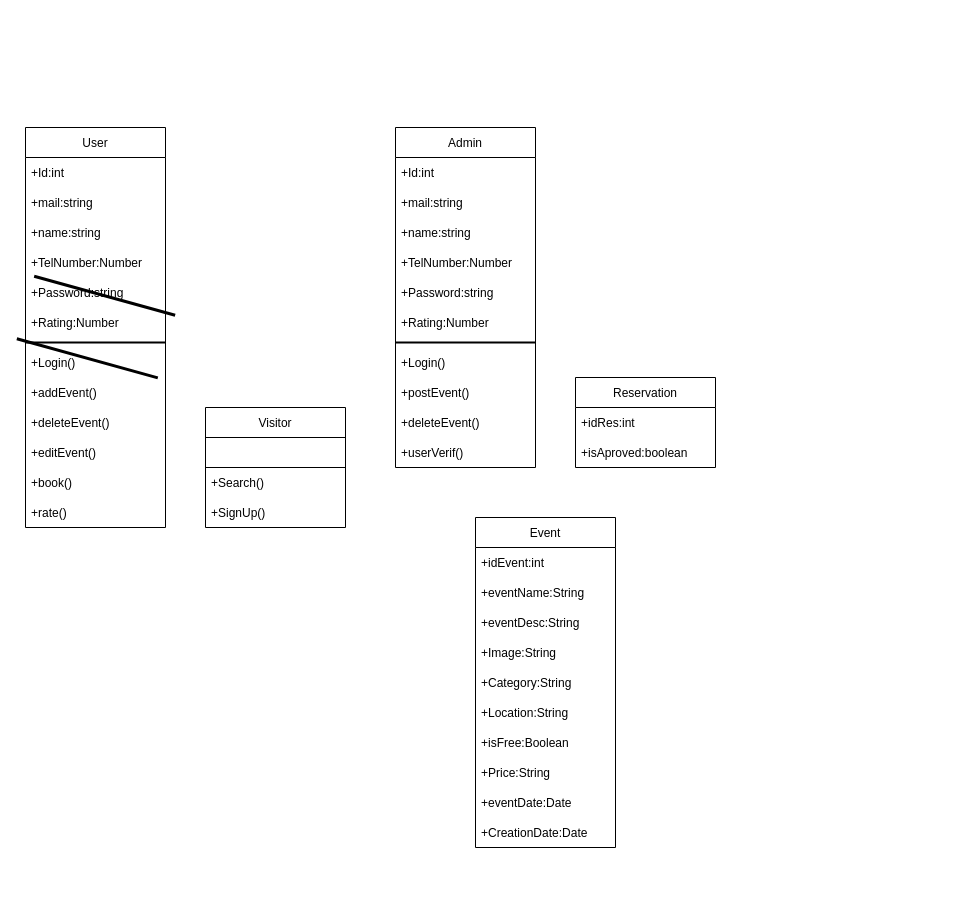
This is Untitled Diagram.drawio from Ghorbell/Components, a draw.io file, before an edit. Source tidied: cells renumbered, new cells numbered last; positions are measured from the earlier drawing's top-left corner, leaving out a move shared by most shapes. Both pictures are drawn from the tidied source at 100%, with x=0, y=0 at pixel (25, 127).
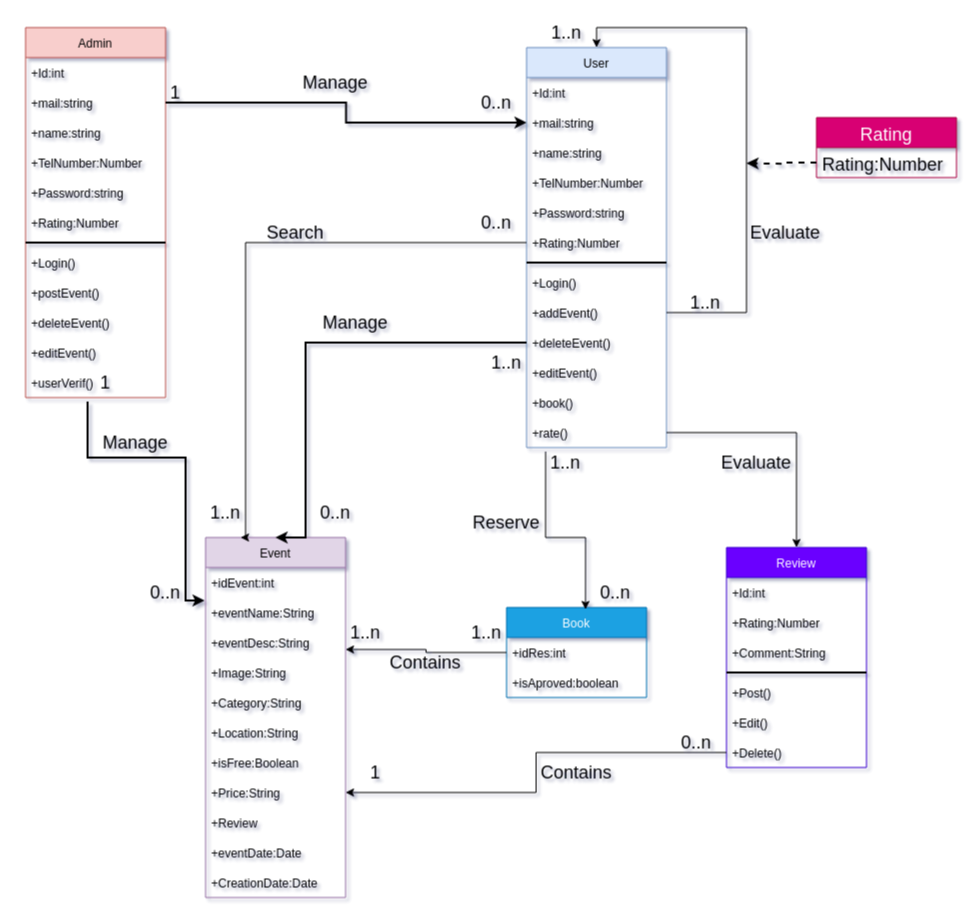
The same page after the edit.

Unchanged cells that the change refers to:
```xml
<mxCell id="4" value="+mail:string" style="text;strokeColor=none;fillColor=none;align=left;verticalAlign=middle;spacingLeft=4;spacingRight=4;overflow=hidden;points=[[0,0.5],[1,0.5]];portConstraint=eastwest;" parent="2" vertex="1">
  <mxGeometry y="60" width="140" height="30" as="geometry" />
</mxCell>
<mxCell id="9" value="+Rating:Number" style="text;strokeColor=none;fillColor=none;align=left;verticalAlign=middle;spacingLeft=4;spacingRight=4;overflow=hidden;points=[[0,0.5],[1,0.5]];portConstraint=eastwest;hachureGap=4;" parent="2" vertex="1">
  <mxGeometry y="180" width="140" height="30" as="geometry" />
</mxCell>
<mxCell id="11" value="+Login()" style="text;strokeColor=none;fillColor=none;align=left;verticalAlign=middle;spacingLeft=4;spacingRight=4;overflow=hidden;points=[[0,0.5],[1,0.5]];portConstraint=eastwest;hachureGap=4;labelBorderColor=none;" parent="2" vertex="1">
  <mxGeometry y="220" width="140" height="30" as="geometry" />
</mxCell>
<mxCell id="12" value="+addEvent()" style="text;strokeColor=none;fillColor=none;align=left;verticalAlign=middle;spacingLeft=4;spacingRight=4;overflow=hidden;points=[[0,0.5],[1,0.5]];portConstraint=eastwest;hachureGap=4;" parent="2" vertex="1">
  <mxGeometry y="250" width="140" height="30" as="geometry" />
</mxCell>
<mxCell id="13" value="+deleteEvent()" style="text;strokeColor=none;fillColor=none;align=left;verticalAlign=middle;spacingLeft=4;spacingRight=4;overflow=hidden;points=[[0,0.5],[1,0.5]];portConstraint=eastwest;hachureGap=4;" parent="2" vertex="1">
  <mxGeometry y="280" width="140" height="30" as="geometry" />
</mxCell>
<mxCell id="16" value="+rate()" style="text;strokeColor=none;fillColor=none;align=left;verticalAlign=middle;spacingLeft=4;spacingRight=4;overflow=hidden;points=[[0,0.5],[1,0.5]];portConstraint=eastwest;hachureGap=4;" parent="2" vertex="1">
  <mxGeometry y="370" width="140" height="30" as="geometry" />
</mxCell>
<mxCell id="18" value="+idRes:int" style="text;strokeColor=none;fillColor=none;align=left;verticalAlign=middle;spacingLeft=4;spacingRight=4;overflow=hidden;points=[[0,0.5],[1,0.5]];portConstraint=eastwest;" parent="17" vertex="1">
  <mxGeometry y="30" width="140" height="30" as="geometry" />
</mxCell>
<mxCell id="26" value="+mail:string" style="text;strokeColor=none;fillColor=none;align=left;verticalAlign=middle;spacingLeft=4;spacingRight=4;overflow=hidden;points=[[0,0.5],[1,0.5]];portConstraint=eastwest;" parent="24" vertex="1">
  <mxGeometry y="60" width="140" height="30" as="geometry" />
</mxCell>
<mxCell id="38" value="+eventName:String" style="text;strokeColor=none;fillColor=none;align=left;verticalAlign=middle;spacingLeft=4;spacingRight=4;overflow=hidden;points=[[0,0.5],[1,0.5]];portConstraint=eastwest;" parent="36" vertex="1">
  <mxGeometry y="60" width="140" height="30" as="geometry" />
</mxCell>
<mxCell id="39" value="+eventDesc:String" style="text;strokeColor=none;fillColor=none;align=left;verticalAlign=middle;spacingLeft=4;spacingRight=4;overflow=hidden;points=[[0,0.5],[1,0.5]];portConstraint=eastwest;" parent="36" vertex="1">
  <mxGeometry y="90" width="140" height="30" as="geometry" />
</mxCell>
<mxCell id="44" value="+Price:String" style="text;strokeColor=none;fillColor=none;align=left;verticalAlign=middle;spacingLeft=4;spacingRight=4;overflow=hidden;points=[[0,0.5],[1,0.5]];portConstraint=eastwest;hachureGap=4;" parent="36" vertex="1">
  <mxGeometry y="240" width="140" height="30" as="geometry" />
</mxCell>
```

The edit, as a diff of the source:
```diff
@@
-<mxGraphModel>
+<mxGraphModel background="#FFFFFF" shadow="1">
@@
-    <mxCell id="2" value="User" style="swimlane;fontStyle=0;horizontal=1;startSize=30;hachureGap=4;" parent="1" vertex="1">
-      <mxGeometry width="140" height="400" as="geometry" />
+    <mxCell id="2" value="User" style="swimlane;fontStyle=0;horizontal=1;startSize=30;hachureGap=4;fillColor=#dae8fc;strokeColor=#6c8ebf;" parent="1" vertex="1">
+      <mxGeometry x="501" y="-80" width="140" height="400" as="geometry" />
     </mxCell>
@@
-    <mxCell id="8" style="html=1;endArrow=open;sourcePerimeterSpacing=8;targetPerimeterSpacing=8;entryX=1.007;entryY=-0.033;entryDx=0;entryDy=0;entryPerimeter=0;strokeColor=default;labelBackgroundColor=#000000;strokeWidth=3;shape=link;width=63;" parent="2" edge="1" target="11">
-      <mxGeometry relative="1" as="geometry">
-        <mxPoint y="180" as="sourcePoint" />
-      </mxGeometry>
-    </mxCell>
@@
+    <mxCell id="47" style="edgeStyle=orthogonalEdgeStyle;rounded=0;jettySize=auto;html=1;exitX=1;exitY=0.5;exitDx=0;exitDy=0;fontSize=18;entryX=0.5;entryY=0;entryDx=0;entryDy=0;" parent="2" edge="1" source="12" target="2">
+      <mxGeometry relative="1" as="geometry">
+        <Array as="points">
+          <mxPoint x="220" y="265" />
+          <mxPoint x="220" y="-20" />
+          <mxPoint x="70" y="-20" />
+        </Array>
+      </mxGeometry>
+    </mxCell>
-    <mxCell id="17" value="Reservation" style="swimlane;fontStyle=0;horizontal=1;startSize=30;hachureGap=4;strokeColor=default;" parent="1" vertex="1">
-      <mxGeometry x="550" y="250" width="140" height="90" as="geometry" />
+    <mxCell id="17" value="Book" style="swimlane;fontStyle=0;horizontal=1;startSize=30;hachureGap=4;strokeColor=#006EAF;fillColor=#1ba1e2;fontColor=#ffffff;" parent="1" vertex="1">
+      <mxGeometry x="481" y="480" width="140" height="90" as="geometry" />
     </mxCell>
@@
-    <mxCell id="20" value="Visitor" style="swimlane;fontStyle=0;horizontal=1;startSize=30;hachureGap=4;strokeColor=default;" parent="1" vertex="1">
-      <mxGeometry x="180" y="280" width="140" height="120" as="geometry" />
-    </mxCell>
-    <mxCell id="21" style="text;strokeColor=default;fillColor=none;align=left;verticalAlign=middle;spacingLeft=4;spacingRight=4;overflow=hidden;" parent="20" vertex="1">
-      <mxGeometry y="30" width="140" height="30" as="geometry" />
-    </mxCell>
-    <mxCell id="22" value="+Search()" style="text;strokeColor=none;fillColor=none;align=left;verticalAlign=middle;spacingLeft=4;spacingRight=4;overflow=hidden;" parent="20" vertex="1">
-      <mxGeometry y="60" width="140" height="30" as="geometry" />
-    </mxCell>
-    <mxCell id="23" value="+SignUp()" style="text;strokeColor=none;fillColor=none;align=left;verticalAlign=middle;spacingLeft=4;spacingRight=4;overflow=hidden;" parent="20" vertex="1">
-      <mxGeometry y="90" width="140" height="30" as="geometry" />
-    </mxCell>
-    <mxCell id="24" value="Admin" style="swimlane;fontStyle=0;horizontal=1;startSize=30;hachureGap=4;" parent="1" vertex="1">
-      <mxGeometry x="370" width="140" height="340" as="geometry" />
+    <mxCell id="24" value="Admin" style="swimlane;fontStyle=0;horizontal=1;startSize=30;hachureGap=4;fillColor=#f8cecc;strokeColor=#b85450;" parent="1" vertex="1">
+      <mxGeometry y="-100" width="140" height="370" as="geometry" />
     </mxCell>
@@
+    <mxCell id="48" value="+editEvent()" style="text;strokeColor=none;fillColor=none;align=left;verticalAlign=middle;spacingLeft=4;spacingRight=4;overflow=hidden;hachureGap=4;" parent="24" vertex="1">
+      <mxGeometry y="310" width="140" height="30" as="geometry" />
+    </mxCell>
     <mxCell id="35" value="+userVerif()" style="text;strokeColor=none;fillColor=none;align=left;verticalAlign=middle;spacingLeft=4;spacingRight=4;overflow=hidden;points=[[0,0.5],[1,0.5]];portConstraint=eastwest;hachureGap=4;" parent="24" vertex="1">
-      <mxGeometry y="310" width="140" height="30" as="geometry" />
+      <mxGeometry y="340" width="140" height="30" as="geometry" />
     </mxCell>
-    <mxCell id="36" value="Event" style="swimlane;fontStyle=0;horizontal=1;startSize=30;hachureGap=4;strokeColor=default;" parent="1" vertex="1">
-      <mxGeometry x="450" y="390" width="140" height="330" as="geometry" />
+    <mxCell id="36" value="Event" style="swimlane;fontStyle=0;horizontal=1;startSize=30;hachureGap=4;strokeColor=#9673a6;fillColor=#e1d5e7;" parent="1" vertex="1">
+      <mxGeometry x="180" y="410" width="140" height="360" as="geometry" />
     </mxCell>
@@
+    <mxCell id="49" value="+Review" style="text;strokeColor=none;fillColor=none;align=left;verticalAlign=middle;spacingLeft=4;spacingRight=4;overflow=hidden;" parent="36" vertex="1">
+      <mxGeometry y="270" width="140" height="30" as="geometry" />
+    </mxCell>
     <mxCell id="45" value="+eventDate:Date" style="text;strokeColor=none;fillColor=none;align=left;verticalAlign=middle;spacingLeft=4;spacingRight=4;overflow=hidden;hachureGap=4;" parent="36" vertex="1">
-      <mxGeometry y="270" width="140" height="30" as="geometry" />
+      <mxGeometry y="300" width="140" height="30" as="geometry" />
     </mxCell>
     <mxCell id="46" value="+CreationDate:Date" style="text;strokeColor=none;fillColor=none;align=left;verticalAlign=middle;spacingLeft=4;spacingRight=4;overflow=hidden;hachureGap=4;" parent="36" vertex="1">
-      <mxGeometry y="300" width="140" height="30" as="geometry" />
+      <mxGeometry y="330" width="140" height="30" as="geometry" />
     </mxCell>
+    <mxCell id="50" value="Review" style="swimlane;fontStyle=0;horizontal=1;startSize=30;fillColor=#6a00ff;strokeColor=#3700CC;fontColor=#ffffff;" parent="1" vertex="1">
+      <mxGeometry x="701" y="420" width="140" height="220" as="geometry" />
+    </mxCell>
+    <mxCell id="51" value="+Id:int" style="text;strokeColor=none;fillColor=none;align=left;verticalAlign=middle;spacingLeft=4;spacingRight=4;overflow=hidden;" parent="50" vertex="1">
+      <mxGeometry y="30" width="140" height="30" as="geometry" />
+    </mxCell>
+    <mxCell id="52" value="+Rating:Number" style="text;strokeColor=none;fillColor=none;align=left;verticalAlign=middle;spacingLeft=4;spacingRight=4;overflow=hidden;" parent="50" vertex="1">
+      <mxGeometry y="60" width="140" height="30" as="geometry" />
+    </mxCell>
+    <mxCell id="53" value="+Comment:String" style="text;strokeColor=none;fillColor=none;align=left;verticalAlign=middle;spacingLeft=4;spacingRight=4;overflow=hidden;" parent="50" vertex="1">
+      <mxGeometry y="90" width="140" height="30" as="geometry" />
+    </mxCell>
+    <mxCell id="54" style="line;strokeWidth=2;html=1;" parent="50" vertex="1">
+      <mxGeometry y="120" width="140" height="10" as="geometry" />
+    </mxCell>
+    <mxCell id="55" value="+Post()" style="text;strokeColor=none;fillColor=none;align=left;verticalAlign=middle;spacingLeft=4;spacingRight=4;overflow=hidden;" parent="50" vertex="1">
+      <mxGeometry y="130" width="140" height="30" as="geometry" />
+    </mxCell>
+    <mxCell id="56" value="+Edit()" style="text;strokeColor=none;fillColor=none;align=left;verticalAlign=middle;spacingLeft=4;spacingRight=4;overflow=hidden;" parent="50" vertex="1">
+      <mxGeometry y="160" width="140" height="30" as="geometry" />
+    </mxCell>
+    <mxCell id="57" value="+Delete()" style="text;strokeColor=none;fillColor=none;align=left;verticalAlign=middle;spacingLeft=4;spacingRight=4;overflow=hidden;points=[[0,0.5],[1,0.5]];portConstraint=eastwest;" parent="50" vertex="1">
+      <mxGeometry y="190" width="140" height="30" as="geometry" />
+    </mxCell>
+    <mxCell id="58" style="edgeStyle=orthogonalEdgeStyle;rounded=0;jettySize=auto;html=1;entryX=-0.007;entryY=0.1;entryDx=0;entryDy=0;entryPerimeter=0;exitX=0.443;exitY=1.133;exitDx=0;exitDy=0;exitPerimeter=0;strokeWidth=2;" parent="1" edge="1" source="35" target="38">
+      <mxGeometry relative="1" as="geometry">
+        <Array as="points">
+          <mxPoint x="62" y="330" />
+          <mxPoint x="160" y="330" />
+          <mxPoint x="160" y="473" />
+        </Array>
+      </mxGeometry>
+    </mxCell>
+    <mxCell id="59" style="edgeStyle=orthogonalEdgeStyle;rounded=0;jettySize=auto;html=1;entryX=0.564;entryY=0.022;entryDx=0;entryDy=0;entryPerimeter=0;exitX=0.136;exitY=1.133;exitDx=0;exitDy=0;exitPerimeter=0;" parent="1" edge="1" source="16" target="17">
+      <mxGeometry relative="1" as="geometry">
+        <Array as="points">
+          <mxPoint x="520" y="410" />
+          <mxPoint x="560" y="410" />
+        </Array>
+      </mxGeometry>
+    </mxCell>
+    <mxCell id="60" style="edgeStyle=orthogonalEdgeStyle;rounded=0;jettySize=auto;html=1;" parent="1" edge="1" source="16" target="50">
+      <mxGeometry relative="1" as="geometry" />
+    </mxCell>
+    <mxCell id="61" style="edgeStyle=orthogonalEdgeStyle;rounded=0;jettySize=auto;html=1;entryX=1;entryY=0.5;entryDx=0;entryDy=0;" parent="1" edge="1" source="57" target="44">
+      <mxGeometry relative="1" as="geometry" />
+    </mxCell>
+    <mxCell id="62" style="edgeStyle=orthogonalEdgeStyle;rounded=0;jettySize=auto;html=1;entryX=1;entryY=0.733;entryDx=0;entryDy=0;entryPerimeter=0;" parent="1" edge="1" source="18" target="39">
+      <mxGeometry relative="1" as="geometry" />
+    </mxCell>
+    <mxCell id="63" style="edgeStyle=orthogonalEdgeStyle;rounded=0;jettySize=auto;html=1;exitX=1;exitY=0.5;exitDx=0;exitDy=0;entryX=0;entryY=0.5;entryDx=0;entryDy=0;strokeWidth=2;" parent="1" edge="1" source="26" target="4">
+      <mxGeometry relative="1" as="geometry" />
+    </mxCell>
+    <mxCell id="64" style="edgeStyle=orthogonalEdgeStyle;rounded=0;jettySize=auto;html=1;exitX=0;exitY=0.5;exitDx=0;exitDy=0;entryX=0.5;entryY=0;entryDx=0;entryDy=0;strokeWidth=2;" parent="1" edge="1" source="13" target="36">
+      <mxGeometry relative="1" as="geometry">
+        <Array as="points">
+          <mxPoint x="280" y="215" />
+          <mxPoint x="280" y="410" />
+        </Array>
+      </mxGeometry>
+    </mxCell>
+    <mxCell id="65" value="&lt;font style=&quot;font-size: 18px&quot;&gt;1..n&lt;/font&gt;" style="text;html=1;strokeColor=none;fillColor=none;align=center;verticalAlign=middle;whiteSpace=wrap;rounded=0;" parent="1" vertex="1">
+      <mxGeometry x="461" y="220" width="40" height="30" as="geometry" />
+    </mxCell>
+    <mxCell id="66" value="0..n" style="text;html=1;strokeColor=none;fillColor=none;align=center;verticalAlign=middle;whiteSpace=wrap;rounded=0;fontSize=18;" parent="1" vertex="1">
+      <mxGeometry x="280" y="370" width="60" height="30" as="geometry" />
+    </mxCell>
+    <mxCell id="67" value="0..n" style="text;html=1;strokeColor=none;fillColor=none;align=center;verticalAlign=middle;whiteSpace=wrap;rounded=0;fontSize=18;" parent="1" vertex="1">
+      <mxGeometry x="110" y="450" width="60" height="30" as="geometry" />
+    </mxCell>
+    <mxCell id="68" value="&lt;font style=&quot;font-size: 18px&quot;&gt;1&lt;/font&gt;" style="text;html=1;strokeColor=none;fillColor=none;align=center;verticalAlign=middle;whiteSpace=wrap;rounded=0;" parent="1" vertex="1">
+      <mxGeometry x="60" y="240" width="40" height="30" as="geometry" />
+    </mxCell>
+    <mxCell id="69" value="&lt;font style=&quot;font-size: 18px&quot;&gt;1&lt;/font&gt;" style="text;html=1;strokeColor=none;fillColor=none;align=center;verticalAlign=middle;whiteSpace=wrap;rounded=0;" parent="1" vertex="1">
+      <mxGeometry x="130" y="-50" width="40" height="30" as="geometry" />
+    </mxCell>
+    <mxCell id="70" value="0..n" style="text;html=1;strokeColor=none;fillColor=none;align=center;verticalAlign=middle;whiteSpace=wrap;rounded=0;fontSize=18;" parent="1" vertex="1">
+      <mxGeometry x="441" y="-40" width="60" height="30" as="geometry" />
+    </mxCell>
+    <mxCell id="71" value="&lt;font style=&quot;font-size: 18px&quot;&gt;1&lt;/font&gt;" style="text;html=1;strokeColor=none;fillColor=none;align=center;verticalAlign=middle;whiteSpace=wrap;rounded=0;" parent="1" vertex="1">
+      <mxGeometry x="330" y="630" width="40" height="30" as="geometry" />
+    </mxCell>
+    <mxCell id="72" value="0..n" style="text;html=1;strokeColor=none;fillColor=none;align=center;verticalAlign=middle;whiteSpace=wrap;rounded=0;fontSize=18;" parent="1" vertex="1">
+      <mxGeometry x="641" y="600" width="60" height="30" as="geometry" />
+    </mxCell>
+    <mxCell id="73" value="Rating" style="swimlane;fontStyle=0;horizontal=1;startSize=30;fontSize=18;fillColor=#d80073;strokeColor=#A50040;fontColor=#ffffff;" parent="1" vertex="1">
+      <mxGeometry x="791" y="-10" width="140" height="60" as="geometry" />
+    </mxCell>
+    <mxCell id="74" value="Rating:Number" style="text;strokeColor=none;fillColor=none;align=left;verticalAlign=middle;spacingLeft=4;spacingRight=4;overflow=hidden;points=[[0,0.5],[1,0.5]];portConstraint=eastwest;fontSize=18;" parent="73" vertex="1">
+      <mxGeometry y="30" width="140" height="30" as="geometry" />
+    </mxCell>
+    <mxCell id="75" style="edgeStyle=orthogonalEdgeStyle;rounded=0;jettySize=auto;html=1;exitX=0;exitY=0.5;exitDx=0;exitDy=0;fontSize=18;dashed=1;strokeWidth=2;" parent="1" edge="1" source="74">
+      <mxGeometry relative="1" as="geometry">
+        <mxPoint x="721" y="35.7" as="targetPoint" />
+      </mxGeometry>
+    </mxCell>
+    <mxCell id="76" style="edgeStyle=orthogonalEdgeStyle;rounded=0;jettySize=auto;html=1;entryX=0.25;entryY=0;entryDx=0;entryDy=0;fontSize=18;strokeWidth=1;" parent="1" edge="1" source="9" target="36">
+      <mxGeometry relative="1" as="geometry">
+        <Array as="points">
+          <mxPoint x="220" y="115" />
+          <mxPoint x="220" y="410" />
+        </Array>
+      </mxGeometry>
+    </mxCell>
+    <mxCell id="77" value="0..n" style="text;html=1;strokeColor=none;fillColor=none;align=center;verticalAlign=middle;whiteSpace=wrap;rounded=0;fontSize=18;" parent="1" vertex="1">
+      <mxGeometry x="441" y="80" width="60" height="30" as="geometry" />
+    </mxCell>
+    <mxCell id="78" value="1..n" style="text;html=1;strokeColor=none;fillColor=none;align=center;verticalAlign=middle;whiteSpace=wrap;rounded=0;fontSize=18;" parent="1" vertex="1">
+      <mxGeometry x="170" y="370" width="60" height="30" as="geometry" />
+    </mxCell>
+    <mxCell id="79" value="&lt;font style=&quot;font-size: 18px&quot;&gt;1..n&lt;/font&gt;" style="text;html=1;strokeColor=none;fillColor=none;align=center;verticalAlign=middle;whiteSpace=wrap;rounded=0;" parent="1" vertex="1">
+      <mxGeometry x="520" y="320" width="40" height="30" as="geometry" />
+    </mxCell>
+    <mxCell id="80" value="&lt;font style=&quot;font-size: 18px&quot;&gt;0..n&lt;/font&gt;" style="text;html=1;strokeColor=none;fillColor=none;align=center;verticalAlign=middle;whiteSpace=wrap;rounded=0;" parent="1" vertex="1">
+      <mxGeometry x="570" y="450" width="40" height="30" as="geometry" />
+    </mxCell>
+    <mxCell id="81" value="&lt;font style=&quot;font-size: 18px&quot;&gt;1..n&lt;/font&gt;" style="text;html=1;strokeColor=none;fillColor=none;align=center;verticalAlign=middle;whiteSpace=wrap;rounded=0;" parent="1" vertex="1">
+      <mxGeometry x="441" y="490" width="40" height="30" as="geometry" />
+    </mxCell>
+    <mxCell id="82" value="&lt;font style=&quot;font-size: 18px&quot;&gt;1..n&lt;/font&gt;" style="text;html=1;strokeColor=none;fillColor=none;align=center;verticalAlign=middle;whiteSpace=wrap;rounded=0;" parent="1" vertex="1">
+      <mxGeometry x="320" y="490" width="40" height="30" as="geometry" />
+    </mxCell>
+    <mxCell id="83" value="Manage" style="text;html=1;strokeColor=none;fillColor=none;align=center;verticalAlign=middle;whiteSpace=wrap;rounded=0;fontSize=18;" parent="1" vertex="1">
+      <mxGeometry x="280" y="-60" width="60" height="30" as="geometry" />
+    </mxCell>
+    <mxCell id="84" value="Manage" style="text;html=1;strokeColor=none;fillColor=none;align=center;verticalAlign=middle;whiteSpace=wrap;rounded=0;fontSize=18;" parent="1" vertex="1">
+      <mxGeometry x="300" y="180" width="60" height="30" as="geometry" />
+    </mxCell>
+    <mxCell id="85" value="Manage" style="text;html=1;strokeColor=none;fillColor=none;align=center;verticalAlign=middle;whiteSpace=wrap;rounded=0;fontSize=18;" parent="1" vertex="1">
+      <mxGeometry x="80" y="300" width="60" height="30" as="geometry" />
+    </mxCell>
+    <mxCell id="86" value="Evaluate" style="text;html=1;strokeColor=none;fillColor=none;align=center;verticalAlign=middle;whiteSpace=wrap;rounded=0;fontSize=18;" parent="1" vertex="1">
+      <mxGeometry x="701" y="320" width="60" height="30" as="geometry" />
+    </mxCell>
+    <mxCell id="87" value="Reserve" style="text;html=1;strokeColor=none;fillColor=none;align=center;verticalAlign=middle;whiteSpace=wrap;rounded=0;fontSize=18;" parent="1" vertex="1">
+      <mxGeometry x="451" y="380" width="60" height="30" as="geometry" />
+    </mxCell>
+    <mxCell id="88" value="Search" style="text;html=1;strokeColor=none;fillColor=none;align=center;verticalAlign=middle;whiteSpace=wrap;rounded=0;fontSize=18;" parent="1" vertex="1">
+      <mxGeometry x="240" y="90" width="60" height="30" as="geometry" />
+    </mxCell>
+    <mxCell id="89" value="Contains" style="text;html=1;strokeColor=none;fillColor=none;align=center;verticalAlign=middle;whiteSpace=wrap;rounded=0;fontSize=18;" parent="1" vertex="1">
+      <mxGeometry x="370" y="520" width="60" height="30" as="geometry" />
+    </mxCell>
+    <mxCell id="90" value="Contains" style="text;html=1;strokeColor=none;fillColor=none;align=center;verticalAlign=middle;whiteSpace=wrap;rounded=0;fontSize=18;" parent="1" vertex="1">
+      <mxGeometry x="521" y="630" width="60" height="30" as="geometry" />
+    </mxCell>
+    <mxCell id="91" value="Evaluate" style="text;html=1;strokeColor=none;fillColor=none;align=center;verticalAlign=middle;whiteSpace=wrap;rounded=0;fontSize=18;" parent="1" vertex="1">
+      <mxGeometry x="730" y="90" width="60" height="30" as="geometry" />
+    </mxCell>
+    <mxCell id="92" value="&lt;font style=&quot;font-size: 18px&quot;&gt;1..n&lt;/font&gt;" style="text;html=1;strokeColor=none;fillColor=none;align=center;verticalAlign=middle;whiteSpace=wrap;rounded=0;" parent="1" vertex="1">
+      <mxGeometry x="660" y="160" width="40" height="30" as="geometry" />
+    </mxCell>
+    <mxCell id="93" value="&lt;font style=&quot;font-size: 18px&quot;&gt;1..n&lt;/font&gt;" style="text;html=1;strokeColor=none;fillColor=none;align=center;verticalAlign=middle;whiteSpace=wrap;rounded=0;" parent="1" vertex="1">
+      <mxGeometry x="521" y="-110" width="40" height="30" as="geometry" />
+    </mxCell>
```
